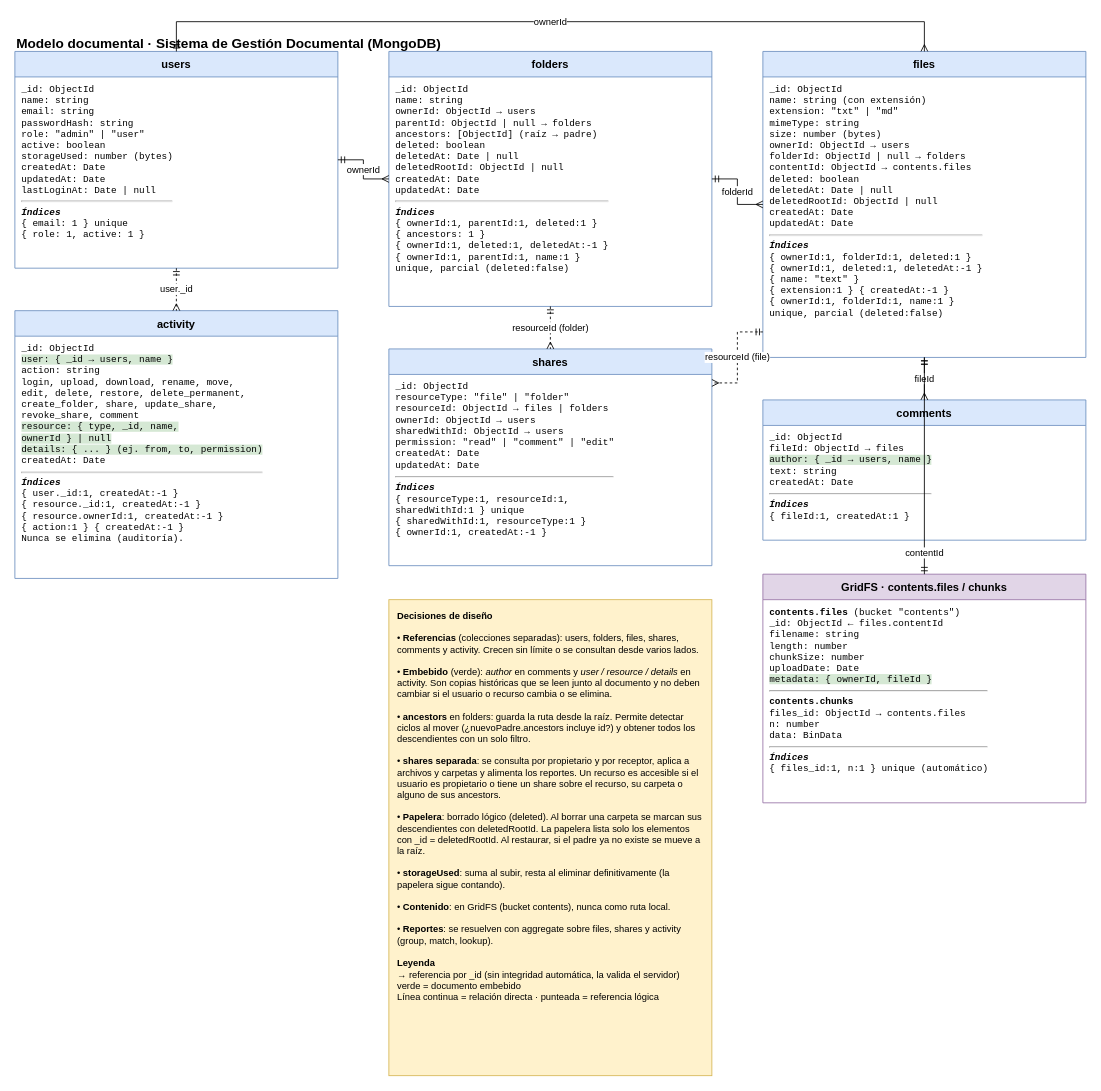
Before: doc/04-modelo-documental.drawio in AnthonyGup/FileForge, a draw.io diagram. Source tidied: cells renumbered, new cells numbered last; positions are measured from the earlier drawing's top-left corner, leaving out a move shared by most shapes. Both pictures are drawn from the tidied source at 85%, with x=0, y=0 at pixel (14, 21).
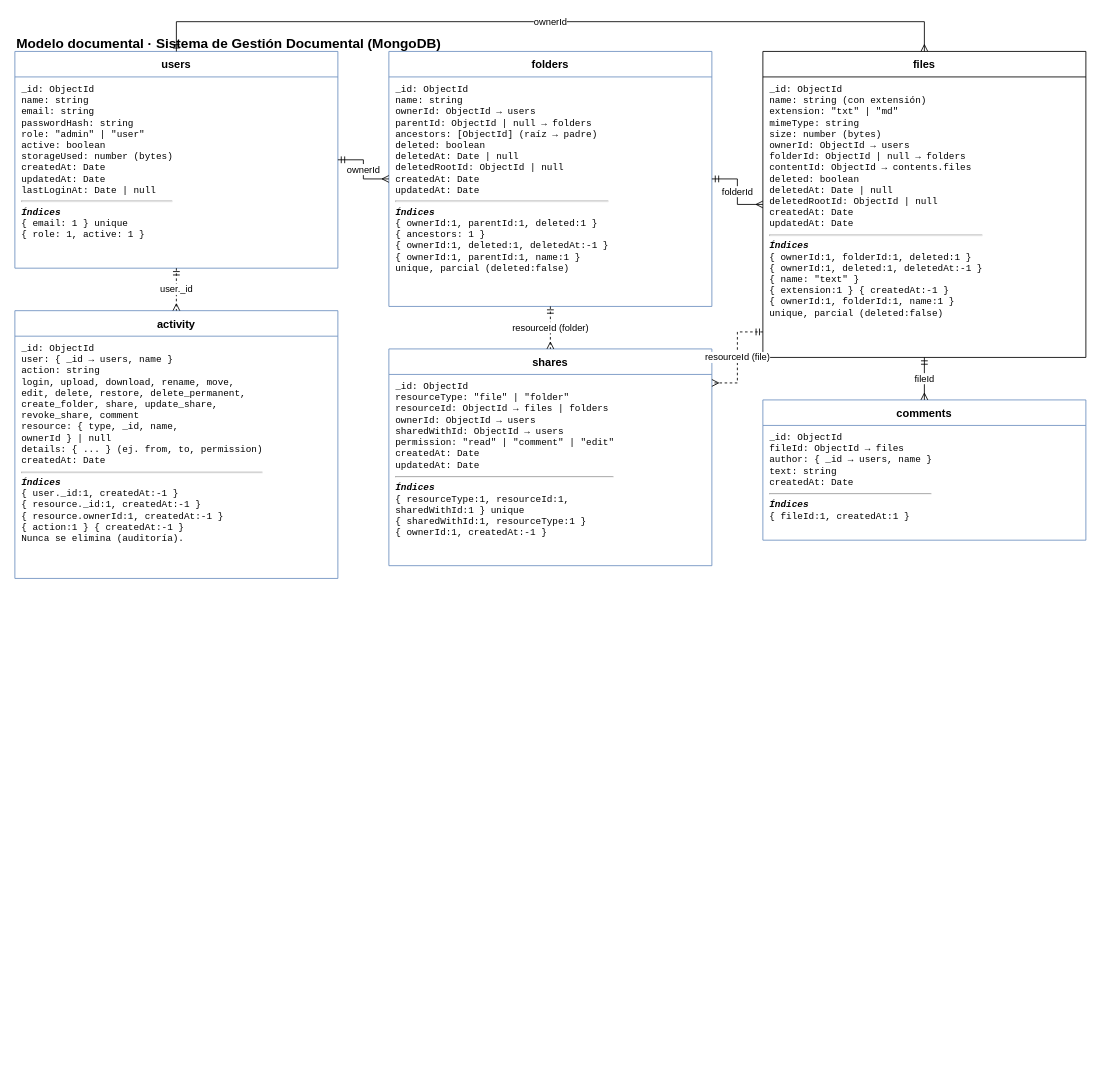
The same page after the edit.

The edit, as a diff of the source:
```diff
@@
-    <mxCell id="2" value="users" style="swimlane;fontStyle=1;fontSize=13;startSize=30;align=center;fillColor=#dae8fc;strokeColor=#6c8ebf;swimlaneFillColor=#ffffff;" parent="1" vertex="1">
+    <mxCell id="2" value="users" style="swimlane;fontStyle=1;fontSize=13;startSize=30;align=center;fillColor=none;strokeColor=#6c8ebf;swimlaneFillColor=none;" parent="1" vertex="1">
       <mxGeometry y="35" width="380" height="255" as="geometry" />
     </mxCell>
@@
-    <mxCell id="4" value="folders" style="swimlane;fontStyle=1;fontSize=13;startSize=30;align=center;fillColor=#dae8fc;strokeColor=#6c8ebf;swimlaneFillColor=#ffffff;" parent="1" vertex="1">
+    <mxCell id="4" value="folders" style="swimlane;fontStyle=1;fontSize=13;startSize=30;align=center;fillColor=none;strokeColor=#6c8ebf;swimlaneFillColor=none;" parent="1" vertex="1">
       <mxGeometry x="440" y="35" width="380" height="300" as="geometry" />
     </mxCell>
-    <mxCell id="5" value="_id: ObjectId&lt;br&gt;name: string&lt;br&gt;ownerId: ObjectId → users&lt;br&gt;parentId: ObjectId | null → folders&lt;br&gt;ancestors: [ObjectId]  (raíz → padre)&lt;br&gt;deleted: boolean&lt;br&gt;deletedAt: Date | null&lt;br&gt;deletedRootId: ObjectId | null&lt;br&gt;createdAt: Date&lt;br&gt;updatedAt: Date&lt;br&gt;&lt;hr&gt;&lt;i&gt;&lt;b&gt;Índices&lt;/b&gt;&lt;/i&gt;&lt;br&gt;{ ownerId:1, parentId:1, deleted:1 }&lt;br&gt;{ ancestors: 1 }&lt;br&gt;{ ownerId:1, deleted:1, deletedAt:-1 }&lt;br&gt;{ ownerId:1, parentId:1, name:1 }&lt;br&gt;  unique, parcial (deleted:false)&lt;br&gt;" style="text;html=1;align=left;verticalAlign=top;spacingLeft=6;spacingTop=2;whiteSpace=wrap;overflow=hidden;fontFamily=Courier New;fontSize=11;" parent="4" vertex="1">
+    <mxCell id="5" value="_id: ObjectId&lt;br&gt;name: string&lt;br&gt;ownerId: ObjectId → users&lt;br&gt;parentId: ObjectId | null → folders&lt;br&gt;ancestors: [ObjectId]  (raíz → padre)&lt;br&gt;deleted: boolean&lt;br&gt;deletedAt: Date | null&lt;br&gt;deletedRootId: ObjectId | null&lt;br&gt;createdAt: Date&lt;br&gt;updatedAt: Date&lt;br&gt;&lt;hr&gt;&lt;i&gt;&lt;b&gt;Índices&lt;/b&gt;&lt;/i&gt;&lt;br&gt;{ ownerId:1, parentId:1, deleted:1 }&lt;br&gt;{ ancestors: 1 }&lt;br&gt;{ ownerId:1, deleted:1, deletedAt:-1 }&lt;br&gt;{ ownerId:1, parentId:1, name:1 }&lt;br&gt;  unique, parcial (deleted:false)&lt;br&gt;" style="text;html=1;align=left;verticalAlign=top;spacingLeft=6;spacingTop=2;whiteSpace=wrap;overflow=hidden;fontFamily=Courier New;fontSize=11;fillColor=none;gradientColor=none;" parent="4" vertex="1">
       <mxGeometry y="30" width="380" height="270" as="geometry" />
     </mxCell>
-    <mxCell id="6" value="files" style="swimlane;fontStyle=1;fontSize=13;startSize=30;align=center;fillColor=#dae8fc;strokeColor=#6c8ebf;swimlaneFillColor=#ffffff;" parent="1" vertex="1">
+    <mxCell id="6" value="files" style="swimlane;fontStyle=1;fontSize=13;startSize=30;align=center;fillColor=none;strokeColor=default;swimlaneFillColor=none;" parent="1" vertex="1">
       <mxGeometry x="880" y="35" width="380" height="360" as="geometry" />
     </mxCell>
-    <mxCell id="7" value="_id: ObjectId&lt;br&gt;name: string  (con extensión)&lt;br&gt;extension: &quot;txt&quot; | &quot;md&quot;&lt;br&gt;mimeType: string&lt;br&gt;size: number  (bytes)&lt;br&gt;ownerId: ObjectId → users&lt;br&gt;folderId: ObjectId | null → folders&lt;br&gt;contentId: ObjectId → contents.files&lt;br&gt;deleted: boolean&lt;br&gt;deletedAt: Date | null&lt;br&gt;deletedRootId: ObjectId | null&lt;br&gt;createdAt: Date&lt;br&gt;updatedAt: Date&lt;br&gt;&lt;hr&gt;&lt;i&gt;&lt;b&gt;Índices&lt;/b&gt;&lt;/i&gt;&lt;br&gt;{ ownerId:1, folderId:1, deleted:1 }&lt;br&gt;{ ownerId:1, deleted:1, deletedAt:-1 }&lt;br&gt;{ name: &quot;text&quot; }&lt;br&gt;{ extension:1 }   { createdAt:-1 }&lt;br&gt;{ ownerId:1, folderId:1, name:1 }&lt;br&gt;  unique, parcial (deleted:false)&lt;br&gt;" style="text;html=1;align=left;verticalAlign=top;spacingLeft=6;spacingTop=2;whiteSpace=wrap;overflow=hidden;fontFamily=Courier New;fontSize=11;" parent="6" vertex="1">
+    <mxCell id="7" value="_id: ObjectId&lt;br&gt;name: string  (con extensión)&lt;br&gt;extension: &quot;txt&quot; | &quot;md&quot;&lt;br&gt;mimeType: string&lt;br&gt;size: number  (bytes)&lt;br&gt;ownerId: ObjectId → users&lt;br&gt;folderId: ObjectId | null → folders&lt;br&gt;contentId: ObjectId → contents.files&lt;br&gt;deleted: boolean&lt;br&gt;deletedAt: Date | null&lt;br&gt;deletedRootId: ObjectId | null&lt;br&gt;createdAt: Date&lt;br&gt;updatedAt: Date&lt;br&gt;&lt;hr&gt;&lt;i&gt;&lt;b&gt;Índices&lt;/b&gt;&lt;/i&gt;&lt;br&gt;{ ownerId:1, folderId:1, deleted:1 }&lt;br&gt;{ ownerId:1, deleted:1, deletedAt:-1 }&lt;br&gt;{ name: &quot;text&quot; }&lt;br&gt;{ extension:1 }   { createdAt:-1 }&lt;br&gt;{ ownerId:1, folderId:1, name:1 }&lt;br&gt;  unique, parcial (deleted:false)&lt;br&gt;" style="text;html=1;align=left;verticalAlign=top;spacingLeft=6;spacingTop=2;whiteSpace=wrap;overflow=hidden;fontFamily=Courier New;fontSize=11;fillColor=none;" parent="6" vertex="1">
       <mxGeometry y="30" width="380" height="330" as="geometry" />
     </mxCell>
-    <mxCell id="8" value="activity" style="swimlane;fontStyle=1;fontSize=13;startSize=30;align=center;fillColor=#dae8fc;strokeColor=#6c8ebf;swimlaneFillColor=#ffffff;" parent="1" vertex="1">
+    <mxCell id="8" value="activity" style="swimlane;fontStyle=1;fontSize=13;startSize=30;align=center;fillColor=none;strokeColor=#6c8ebf;swimlaneFillColor=none;" parent="1" vertex="1">
       <mxGeometry y="340" width="380" height="315" as="geometry" />
     </mxCell>
-    <mxCell id="9" value="_id: ObjectId&lt;br&gt;&lt;span style=&quot;background-color:#d5e8d4;&quot;&gt;user: { _id → users, name }&lt;/span&gt;&lt;br&gt;action: string&lt;br&gt;  login, upload, download, rename, move,&lt;br&gt;  edit, delete, restore, delete_permanent,&lt;br&gt;  create_folder, share, update_share,&lt;br&gt;  revoke_share, comment&lt;br&gt;&lt;span style=&quot;background-color:#d5e8d4;&quot;&gt;resource: { type, _id, name,&lt;/span&gt;&lt;br&gt;&lt;span style=&quot;background-color:#d5e8d4;&quot;&gt;            ownerId } | null&lt;/span&gt;&lt;br&gt;&lt;span style=&quot;background-color:#d5e8d4;&quot;&gt;details: { ... }  (ej. from, to, permission)&lt;/span&gt;&lt;br&gt;createdAt: Date&lt;br&gt;&lt;hr&gt;&lt;i&gt;&lt;b&gt;Índices&lt;/b&gt;&lt;/i&gt;&lt;br&gt;{ user._id:1, createdAt:-1 }&lt;br&gt;{ resource._id:1, createdAt:-1 }&lt;br&gt;{ resource.ownerId:1, createdAt:-1 }&lt;br&gt;{ action:1 }   { createdAt:-1 }&lt;br&gt;Nunca se elimina (auditoría).&lt;br&gt;" style="text;html=1;align=left;verticalAlign=top;spacingLeft=6;spacingTop=2;whiteSpace=wrap;overflow=hidden;fontFamily=Courier New;fontSize=11;" parent="8" vertex="1">
+    <mxCell id="9" value="&lt;span&gt;_id: ObjectId&lt;br&gt;user: { _id → users, name }&lt;br&gt;action: string&lt;br&gt;  login, upload, download, rename, move,&lt;br&gt;  edit, delete, restore, delete_permanent,&lt;br&gt;  create_folder, share, update_share,&lt;br&gt;  revoke_share, comment&lt;br&gt;resource: { type, _id, name,&lt;br&gt;            ownerId } | null&lt;br&gt;details: { ... }  (ej. from, to, permission)&lt;br&gt;createdAt: Date&lt;br&gt;&lt;/span&gt;&lt;hr&gt;&lt;span&gt;&lt;i&gt;&lt;b&gt;Índices&lt;/b&gt;&lt;/i&gt;&lt;br&gt;{ user._id:1, createdAt:-1 }&lt;br&gt;{ resource._id:1, createdAt:-1 }&lt;br&gt;{ resource.ownerId:1, createdAt:-1 }&lt;br&gt;{ action:1 }   { createdAt:-1 }&lt;br&gt;Nunca se elimina (auditoría).&lt;/span&gt;" style="text;html=1;align=left;verticalAlign=top;spacingLeft=6;spacingTop=2;whiteSpace=wrap;overflow=hidden;fontFamily=Courier New;fontSize=11;fillColor=none;" parent="8" vertex="1">
       <mxGeometry y="30" width="380" height="285" as="geometry" />
     </mxCell>
-    <mxCell id="10" value="shares" style="swimlane;fontStyle=1;fontSize=13;startSize=30;align=center;fillColor=#dae8fc;strokeColor=#6c8ebf;swimlaneFillColor=#ffffff;" parent="1" vertex="1">
+    <mxCell id="10" value="shares" style="swimlane;fontStyle=1;fontSize=13;startSize=30;align=center;fillColor=none;strokeColor=#6c8ebf;swimlaneFillColor=none;" parent="1" vertex="1">
       <mxGeometry x="440" y="385" width="380" height="255" as="geometry" />
     </mxCell>
-    <mxCell id="11" value="_id: ObjectId&lt;br&gt;resourceType: &quot;file&quot; | &quot;folder&quot;&lt;br&gt;resourceId: ObjectId → files | folders&lt;br&gt;ownerId: ObjectId → users&lt;br&gt;sharedWithId: ObjectId → users&lt;br&gt;permission: &quot;read&quot; | &quot;comment&quot; | &quot;edit&quot;&lt;br&gt;createdAt: Date&lt;br&gt;updatedAt: Date&lt;br&gt;&lt;hr&gt;&lt;i&gt;&lt;b&gt;Índices&lt;/b&gt;&lt;/i&gt;&lt;br&gt;{ resourceType:1, resourceId:1,&lt;br&gt;  sharedWithId:1 }  unique&lt;br&gt;{ sharedWithId:1, resourceType:1 }&lt;br&gt;{ ownerId:1, createdAt:-1 }&lt;br&gt;" style="text;html=1;align=left;verticalAlign=top;spacingLeft=6;spacingTop=2;whiteSpace=wrap;overflow=hidden;fontFamily=Courier New;fontSize=11;" parent="10" vertex="1">
+    <mxCell id="11" value="_id: ObjectId&lt;br&gt;resourceType: &quot;file&quot; | &quot;folder&quot;&lt;br&gt;resourceId: ObjectId → files | folders&lt;br&gt;ownerId: ObjectId → users&lt;br&gt;sharedWithId: ObjectId → users&lt;br&gt;permission: &quot;read&quot; | &quot;comment&quot; | &quot;edit&quot;&lt;br&gt;createdAt: Date&lt;br&gt;updatedAt: Date&lt;br&gt;&lt;hr&gt;&lt;i&gt;&lt;b&gt;Índices&lt;/b&gt;&lt;/i&gt;&lt;br&gt;{ resourceType:1, resourceId:1,&lt;br&gt;  sharedWithId:1 }  unique&lt;br&gt;{ sharedWithId:1, resourceType:1 }&lt;br&gt;{ ownerId:1, createdAt:-1 }&lt;br&gt;" style="text;html=1;align=left;verticalAlign=top;spacingLeft=6;spacingTop=2;whiteSpace=wrap;overflow=hidden;fontFamily=Courier New;fontSize=11;fillColor=none;" parent="10" vertex="1">
       <mxGeometry y="30" width="380" height="225" as="geometry" />
     </mxCell>
-    <mxCell id="12" value="comments" style="swimlane;fontStyle=1;fontSize=13;startSize=30;align=center;fillColor=#dae8fc;strokeColor=#6c8ebf;swimlaneFillColor=#ffffff;" parent="1" vertex="1">
+    <mxCell id="12" value="comments" style="swimlane;fontStyle=1;fontSize=13;startSize=30;align=center;fillColor=none;strokeColor=#6c8ebf;swimlaneFillColor=none;" parent="1" vertex="1">
       <mxGeometry x="880" y="445" width="380" height="165" as="geometry" />
     </mxCell>
-    <mxCell id="13" value="_id: ObjectId&lt;br&gt;fileId: ObjectId → files&lt;br&gt;&lt;span style=&quot;background-color:#d5e8d4;&quot;&gt;author: { _id → users, name }&lt;/span&gt;&lt;br&gt;text: string&lt;br&gt;createdAt: Date&lt;br&gt;&lt;hr&gt;&lt;i&gt;&lt;b&gt;Índices&lt;/b&gt;&lt;/i&gt;&lt;br&gt;{ fileId:1, createdAt:1 }&lt;br&gt;" style="text;html=1;align=left;verticalAlign=top;spacingLeft=6;spacingTop=2;whiteSpace=wrap;overflow=hidden;fontFamily=Courier New;fontSize=11;" parent="12" vertex="1">
+    <mxCell id="13" value="&lt;span&gt;_id: ObjectId&lt;br&gt;fileId: ObjectId → files&lt;br&gt;author: { _id → users, name }&lt;br&gt;text: string&lt;br&gt;createdAt: Date&lt;br&gt;&lt;/span&gt;&lt;hr&gt;&lt;span&gt;&lt;i&gt;&lt;b&gt;Índices&lt;/b&gt;&lt;/i&gt;&lt;br&gt;{ fileId:1, createdAt:1 }&lt;/span&gt;" style="text;html=1;align=left;verticalAlign=top;spacingLeft=6;spacingTop=2;whiteSpace=wrap;overflow=hidden;fontFamily=Courier New;fontSize=11;fillColor=none;" parent="12" vertex="1">
       <mxGeometry y="30" width="380" height="135" as="geometry" />
     </mxCell>
-    <mxCell id="14" value="GridFS · contents.files / chunks" style="swimlane;fontStyle=1;fontSize=13;startSize=30;align=center;fillColor=#e1d5e7;strokeColor=#9673a6;swimlaneFillColor=#ffffff;" parent="1" vertex="1">
-      <mxGeometry x="880" y="650" width="380" height="269" as="geometry" />
-    </mxCell>
-    <mxCell id="15" value="&lt;b&gt;contents.files&lt;/b&gt;  (bucket &quot;contents&quot;)&lt;br&gt;_id: ObjectId  ← files.contentId&lt;br&gt;filename: string&lt;br&gt;length: number&lt;br&gt;chunkSize: number&lt;br&gt;uploadDate: Date&lt;br&gt;&lt;span style=&quot;background-color:#d5e8d4;&quot;&gt;metadata: { ownerId, fileId }&lt;/span&gt;&lt;br&gt;&lt;hr&gt;&lt;b&gt;contents.chunks&lt;/b&gt;&lt;br&gt;files_id: ObjectId → contents.files&lt;br&gt;n: number&lt;br&gt;data: BinData&lt;br&gt;&lt;hr&gt;&lt;i&gt;&lt;b&gt;Índices&lt;/b&gt;&lt;/i&gt;&lt;br&gt;{ files_id:1, n:1 }  unique (automático)&lt;br&gt;" style="text;html=1;align=left;verticalAlign=top;spacingLeft=6;spacingTop=2;whiteSpace=wrap;overflow=hidden;fontFamily=Courier New;fontSize=11;" parent="14" vertex="1">
-      <mxGeometry y="30" width="380" height="239" as="geometry" />
-    </mxCell>
@@
-    <mxCell id="23" value="contentId" style="edgeStyle=orthogonalEdgeStyle;rounded=0;html=1;fontSize=11;startArrow=ERmandOne;endArrow=ERmany;startFill=0;endFill=0;startArrow=ERmandOne;endArrow=ERmandOne;" parent="1" edge="1" source="6" target="14">
-      <mxGeometry x="0.8" relative="1" as="geometry" />
-    </mxCell>
-    <mxCell id="24" value="&lt;b&gt;Decisiones de diseño&lt;/b&gt;&lt;br&gt;&lt;br&gt;• &lt;b&gt;Referencias&lt;/b&gt; (colecciones separadas): users, folders, files, shares, comments y activity. Crecen sin límite o se consultan desde varios lados.&lt;br&gt;&lt;br&gt;• &lt;b&gt;Embebido&lt;/b&gt; (verde): &lt;i&gt;author&lt;/i&gt; en comments y &lt;i&gt;user / resource / details&lt;/i&gt; en activity. Son copias históricas que se leen junto al documento y no deben cambiar si el usuario o recurso cambia o se elimina.&lt;br&gt;&lt;br&gt;• &lt;b&gt;ancestors&lt;/b&gt; en folders: guarda la ruta desde la raíz. Permite detectar ciclos al mover (¿nuevoPadre.ancestors incluye id?) y obtener todos los descendientes con un solo filtro.&lt;br&gt;&lt;br&gt;• &lt;b&gt;shares separada&lt;/b&gt;: se consulta por propietario y por receptor, aplica a archivos y carpetas y alimenta los reportes. Un recurso es accesible si el usuario es propietario o tiene un share sobre el recurso, su carpeta o alguno de sus ancestors.&lt;br&gt;&lt;br&gt;• &lt;b&gt;Papelera&lt;/b&gt;: borrado lógico (deleted). Al borrar una carpeta se marcan sus descendientes con deletedRootId. La papelera lista solo los elementos con _id = deletedRootId. Al restaurar, si el padre ya no existe se mueve a la raíz.&lt;br&gt;&lt;br&gt;• &lt;b&gt;storageUsed&lt;/b&gt;: suma al subir, resta al eliminar definitivamente (la papelera sigue contando).&lt;br&gt;&lt;br&gt;• &lt;b&gt;Contenido&lt;/b&gt;: en GridFS (bucket contents), nunca como ruta local.&lt;br&gt;&lt;br&gt;• &lt;b&gt;Reportes&lt;/b&gt;: se resuelven con aggregate sobre files, shares y activity (group, match, lookup).&lt;br&gt;&lt;br&gt;&lt;b&gt;Leyenda&lt;/b&gt;&lt;br&gt;→ referencia por _id (sin integridad automática, la valida el servidor)&lt;br&gt;&lt;span&gt;verde &lt;/span&gt;= documento embebido&lt;br&gt;Línea continua = relación directa · punteada = referencia lógica" style="rounded=0;whiteSpace=wrap;html=1;align=left;verticalAlign=top;spacingLeft=8;spacingRight=8;spacingTop=6;fontSize=11;fillColor=#fff2cc;strokeColor=#d6b656;" parent="1" vertex="1">
-      <mxGeometry x="440" y="680" width="380" height="560" as="geometry" />
-    </mxCell>
```
